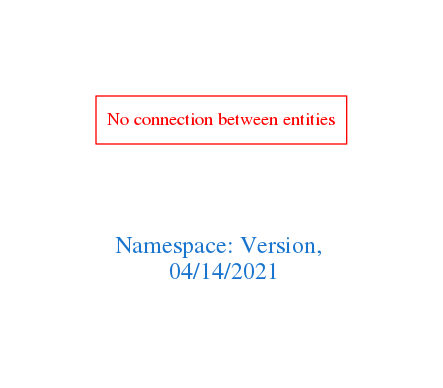
Before: downloads/Version.png, a diagram exported from Graphviz (arago/OGIT). Its source is kept beside it as downloads/Version.dot.
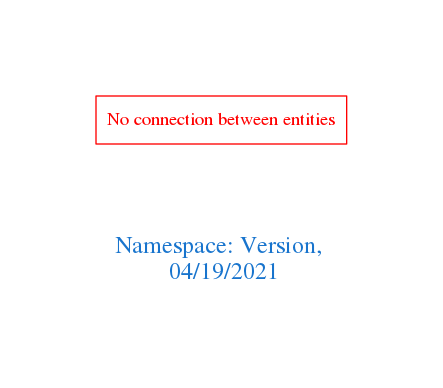
Later version of the same file.

What changed in the source:
```diff
@@ -1,7 +1,7 @@
 digraph OGIT_ontology {
  graph [ rankdir= LR,pad=1
 fontsize = 18,
-fontcolor= dodgerblue3,label = "\n\n\nNamespace: Version, \n 04/14/2021"];
+fontcolor= dodgerblue3,label = "\n\n\nNamespace: Version, \n 04/19/2021"];
 node[shape=polygon];
 edge [  color="gray81"];
 
```
